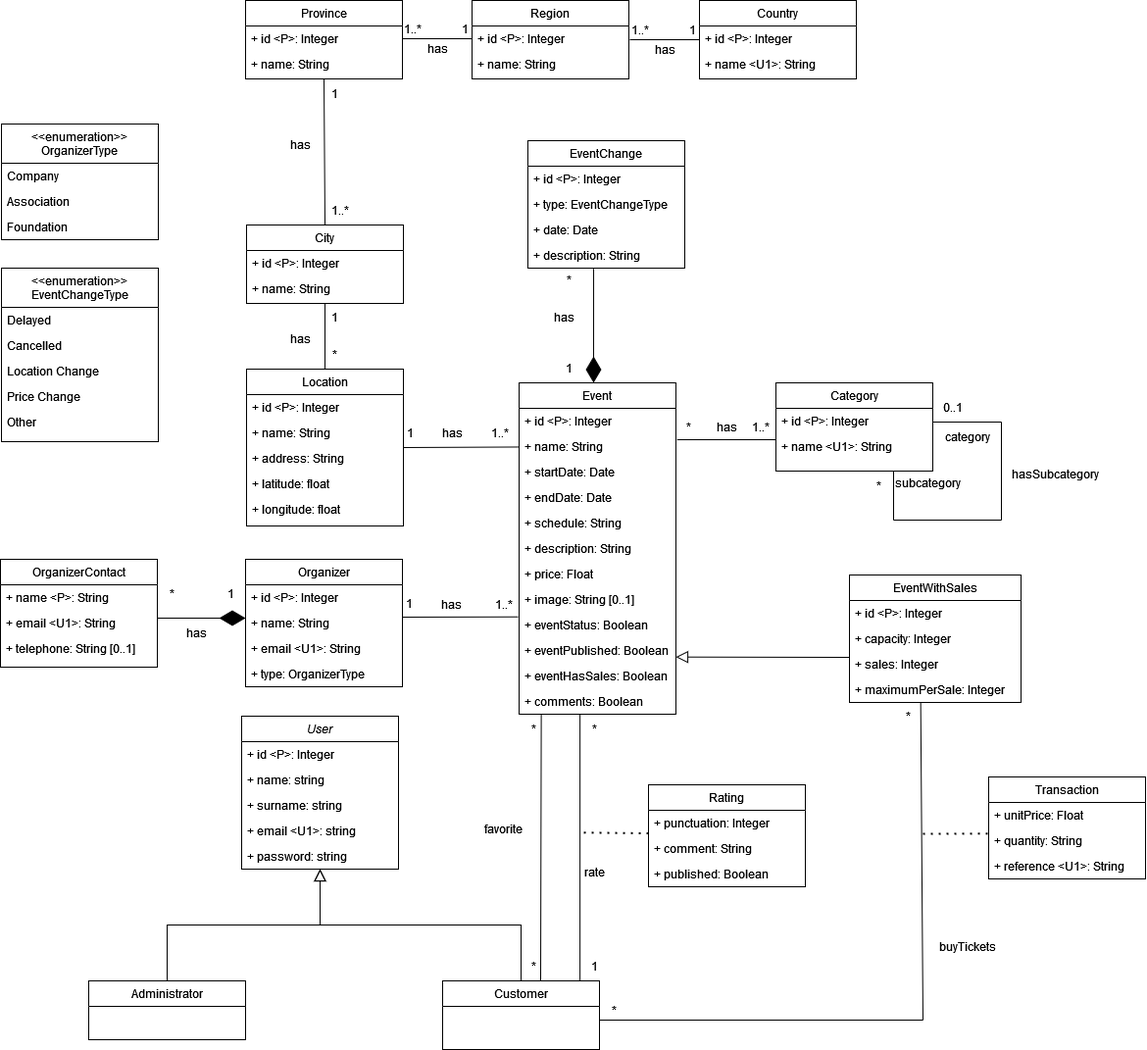
danielpilot/event-database keeps this draw.io diagram as diagrams/conceptual-diagram.drawio.png. Above is the earlier version. Source tidied: cells renumbered, new cells last; positions are measured from the earlier drawing's top-left corner, leaving out a move shared by most shapes.
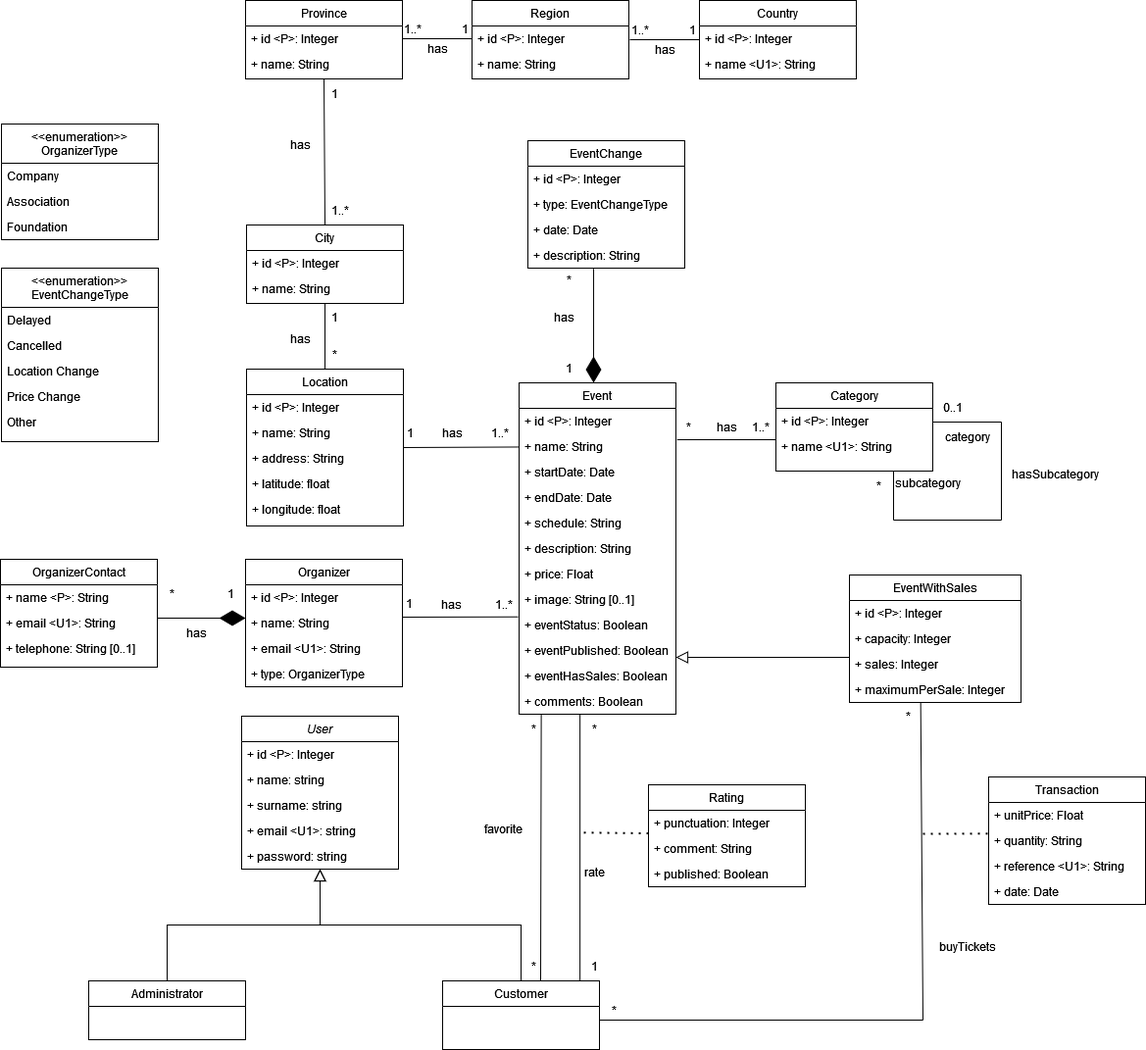
Later version of the same file.

Commit message:
Update conceptual diagram image

The edit, as a diff of the source:
```diff
@@ -452,7 +452,7 @@
       </mxGeometry>
     </mxCell>
     <mxCell id="138" value="Transaction" style="swimlane;fontStyle=0;align=center;verticalAlign=top;horizontal=1;startSize=26;rounded=0;shadow=0;strokeWidth=1;" parent="1" vertex="1">
-      <mxGeometry x="1008" y="792" width="160" height="104" as="geometry" />
+      <mxGeometry x="1008" y="792" width="160" height="130" as="geometry" />
     </mxCell>
     <mxCell id="139" value="+ unitPrice: Float" style="text;align=left;verticalAlign=top;spacingLeft=4;spacingRight=4;overflow=hidden;rounded=0;shadow=0;html=0;" parent="138" vertex="1">
       <mxGeometry y="26" width="160" height="26" as="geometry" />
@@ -463,6 +463,9 @@
     <mxCell id="141" value="+ reference &lt;U1&gt;: String" style="text;align=left;verticalAlign=top;spacingLeft=4;spacingRight=4;overflow=hidden;rounded=0;shadow=0;html=0;" parent="138" vertex="1">
       <mxGeometry y="78" width="160" height="26" as="geometry" />
     </mxCell>
+    <mxCell id="144" value="+ date: Date" style="text;align=left;verticalAlign=top;spacingLeft=4;spacingRight=4;overflow=hidden;rounded=0;shadow=0;html=0;" parent="138" vertex="1">
+      <mxGeometry y="104" width="160" height="26" as="geometry" />
+    </mxCell>
     <mxCell id="142" value="buyTickets" style="text;html=1;align=center;verticalAlign=middle;strokeColor=none;fillColor=none;" parent="1" vertex="1">
       <mxGeometry x="946" y="950" width="80" height="30" as="geometry" />
     </mxCell>
```
